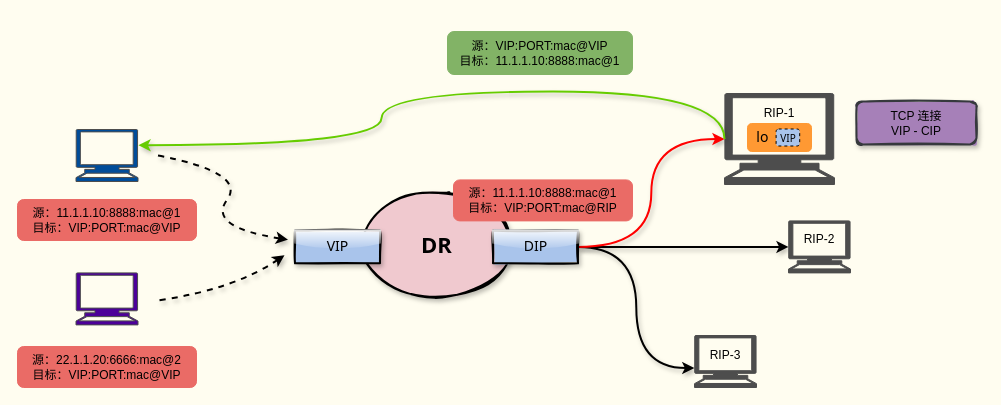
Above: pictures/负载均衡/dr.drawio in boxtsecond/draw (draw.io), before the change. Source tidied: cells renumbered, new cells numbered last; positions are measured from the earlier drawing's top-left corner, leaving out a move shared by most shapes. Both pictures are drawn from the tidied source at 100%, with x=0, y=0 at pixel (17, 31).
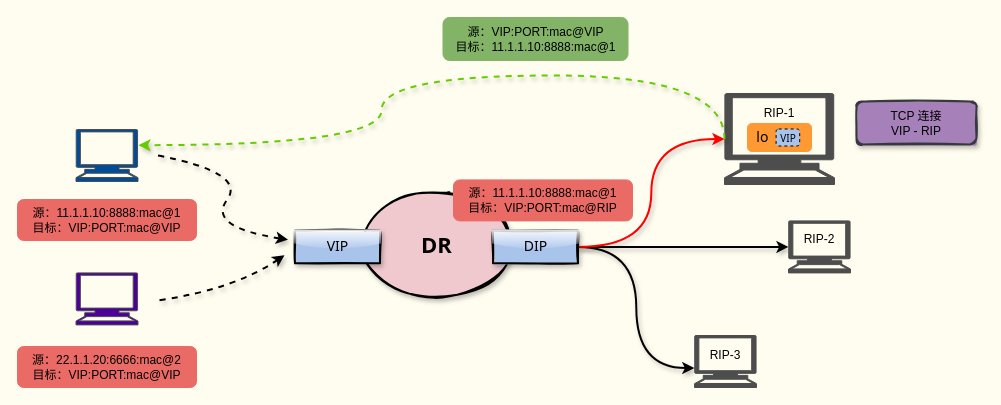
The same page after the edit.

The change refers to these unchanged cells:
```xml
<mxCell id="18" style="shape=mxgraph.signs.tech.computer;html=1;verticalLabelPosition=bottom;verticalAlign=top;align=center;labelBackgroundColor=none;fontColor=#ffffff;strokeColor=#4D4D4D;fillColor=#004C99;" parent="1" vertex="1">
  <mxGeometry x="58.5" y="98" width="62" height="52" as="geometry" />
</mxCell>
<mxCell id="28" style="shape=mxgraph.signs.tech.computer;html=1;verticalLabelPosition=bottom;verticalAlign=top;align=center;labelBackgroundColor=none;fontColor=#ffffff;fillColor=#4D4D4D;strokeColor=#4D4D4D;" parent="24" vertex="1">
  <mxGeometry width="110" height="91" as="geometry" />
</mxCell>
```

The edit, as a diff of the source:
```diff
@@
     <mxCell id="22" value="源：VIP:PORT:mac@VIP&lt;br&gt;目标：&lt;span style=&quot;font-family: &amp;#34;helvetica&amp;#34;&quot;&gt;11.1.1.10:8888:mac@1&lt;/span&gt;" style="rounded=1;whiteSpace=wrap;html=1;strokeColor=#82b366;fillColor=#82B366;" parent="1" vertex="1">
-      <mxGeometry x="430" width="185" height="43" as="geometry" />
+      <mxGeometry x="425.5" y="-14" width="185" height="43" as="geometry" />
     </mxCell>
-    <mxCell id="23" value="TCP 连接&lt;br&gt;VIP - CIP" style="rounded=1;whiteSpace=wrap;html=1;strokeWidth=2;glass=0;shadow=1;sketch=1;fillStyle=solid;strokeColor=#36393d;fillColor=#A680B8;" parent="1" vertex="1">
+    <mxCell id="23" value="TCP 连接&lt;br&gt;VIP - RIP" style="rounded=1;whiteSpace=wrap;html=1;strokeWidth=2;glass=0;shadow=1;sketch=1;fillStyle=solid;strokeColor=#36393d;fillColor=#A680B8;" parent="1" vertex="1">
       <mxGeometry x="839" y="70" width="120" height="43" as="geometry" />
     </mxCell>
@@
-    <mxCell id="29" style="edgeStyle=orthogonalEdgeStyle;curved=1;sketch=0;jettySize=auto;html=1;exitX=0;exitY=0.5;exitDx=0;exitDy=0;exitPerimeter=0;entryX=1.008;entryY=0.301;entryDx=0;entryDy=0;entryPerimeter=0;shadow=1;strokeWidth=2;fontColor=#E6E6E6;strokeColor=#66CC00;" parent="1" edge="1" source="28" target="18">
+    <mxCell id="29" style="edgeStyle=orthogonalEdgeStyle;curved=1;sketch=0;jettySize=auto;html=1;exitX=0;exitY=0.5;exitDx=0;exitDy=0;exitPerimeter=0;entryX=1.008;entryY=0.301;entryDx=0;entryDy=0;entryPerimeter=0;shadow=1;strokeWidth=2;fontColor=#E6E6E6;strokeColor=#66CC00;dashed=1;" parent="1" edge="1" source="28" target="18">
       <mxGeometry relative="1" as="geometry">
         <Array as="points">
-          <mxPoint x="707" y="60" />
-          <mxPoint x="364" y="60" />
+          <mxPoint x="707" y="44" />
+          <mxPoint x="364" y="44" />
           <mxPoint x="364" y="114" />
         </Array>
       </mxGeometry>
     </mxCell>
```
